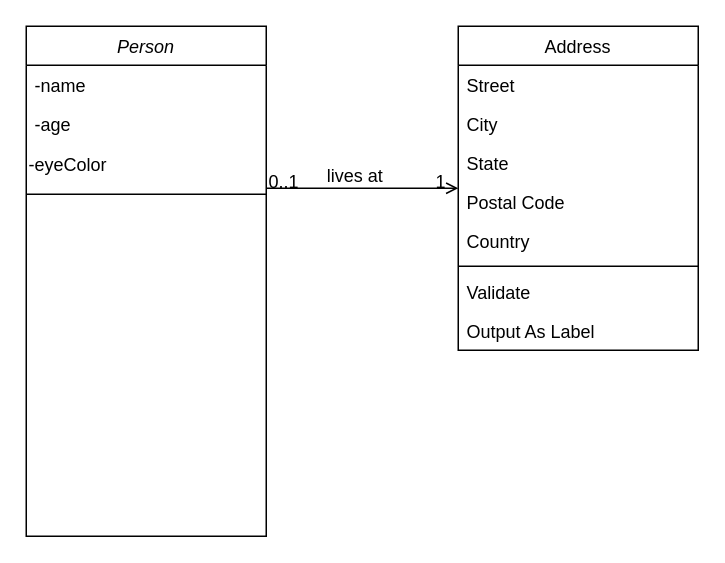
Earlier version of the draw.io diagram Untitled Diagram.drawio (massonrc/Storefront-Project). Source tidied: cells renumbered, new cells numbered last; positions are measured from the earlier drawing's top-left corner, leaving out a move shared by most shapes. Both pictures are drawn from the tidied source at 150%, with x=0, y=0 at pixel (26, 26).
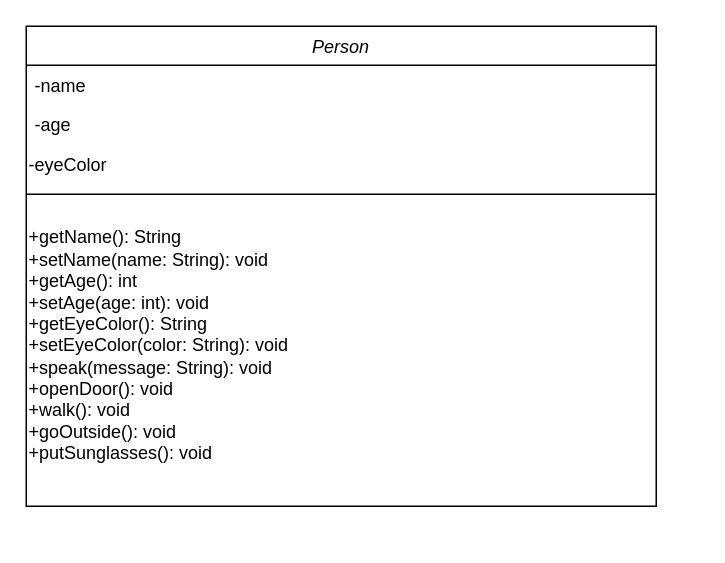
Above is the later version.

Commit message:
UML - Person Class

Diff of the diagram source:
```diff
@@
     <mxCell id="2" value="Person" style="swimlane;fontStyle=2;align=center;verticalAlign=top;horizontal=1;startSize=26;rounded=0;shadow=0;strokeWidth=1;" parent="1" vertex="1">
-      <mxGeometry width="160" height="340" as="geometry" />
+      <mxGeometry width="420" height="320" as="geometry" />
     </mxCell>
     <mxCell id="3" value="-name" style="text;align=left;verticalAlign=top;spacingLeft=4;spacingRight=4;overflow=hidden;" parent="2" vertex="1">
-      <mxGeometry y="26" width="160" height="26" as="geometry" />
+      <mxGeometry y="26" width="420" height="26" as="geometry" />
     </mxCell>
     <mxCell id="4" value="-age" style="text;align=left;verticalAlign=top;spacingLeft=4;spacingRight=4;overflow=hidden;rounded=0;shadow=0;html=0;" parent="2" vertex="1">
-      <mxGeometry y="52" width="160" height="26" as="geometry" />
+      <mxGeometry y="52" width="420" height="26" as="geometry" />
     </mxCell>
     <mxCell id="5" value="&lt;div align=&quot;left&quot;&gt;-eyeColor&lt;/div&gt;" style="text;strokeColor=none;align=left;fillColor=none;html=1;verticalAlign=middle;whiteSpace=wrap;rounded=0;" parent="2" vertex="1">
-      <mxGeometry y="78" width="160" height="30" as="geometry" />
+      <mxGeometry y="78" width="420" height="30" as="geometry" />
     </mxCell>
     <mxCell id="6" style="line;html=1;strokeWidth=1;align=left;verticalAlign=middle;spacingTop=-1;spacingLeft=3;spacingRight=3;labelPosition=right;" parent="2" vertex="1">
-      <mxGeometry y="108" width="160" height="8" as="geometry" />
+      <mxGeometry y="108" width="420" height="8" as="geometry" />
     </mxCell>
-    <mxCell id="7" value="Address" style="swimlane;fontStyle=0;align=center;verticalAlign=top;horizontal=1;startSize=26;rounded=0;shadow=0;strokeWidth=1;" parent="1" vertex="1">
-      <mxGeometry x="288" width="160" height="216" as="geometry" />
-    </mxCell>
-    <mxCell id="8" value="Street" style="text;align=left;verticalAlign=top;spacingLeft=4;spacingRight=4;overflow=hidden;" parent="7" vertex="1">
-      <mxGeometry y="26" width="160" height="26" as="geometry" />
-    </mxCell>
-    <mxCell id="9" value="City" style="text;align=left;verticalAlign=top;spacingLeft=4;spacingRight=4;overflow=hidden;rounded=0;shadow=0;html=0;" parent="7" vertex="1">
-      <mxGeometry y="52" width="160" height="26" as="geometry" />
-    </mxCell>
-    <mxCell id="10" value="State" style="text;align=left;verticalAlign=top;spacingLeft=4;spacingRight=4;overflow=hidden;rounded=0;shadow=0;html=0;" parent="7" vertex="1">
-      <mxGeometry y="78" width="160" height="26" as="geometry" />
-    </mxCell>
-    <mxCell id="11" value="Postal Code" style="text;align=left;verticalAlign=top;spacingLeft=4;spacingRight=4;overflow=hidden;rounded=0;shadow=0;html=0;" parent="7" vertex="1">
-      <mxGeometry y="104" width="160" height="26" as="geometry" />
-    </mxCell>
-    <mxCell id="12" value="Country" style="text;align=left;verticalAlign=top;spacingLeft=4;spacingRight=4;overflow=hidden;rounded=0;shadow=0;html=0;" parent="7" vertex="1">
-      <mxGeometry y="130" width="160" height="26" as="geometry" />
-    </mxCell>
-    <mxCell id="13" style="line;html=1;strokeWidth=1;align=left;verticalAlign=middle;spacingTop=-1;spacingLeft=3;spacingRight=3;labelPosition=right;" parent="7" vertex="1">
-      <mxGeometry y="156" width="160" height="8" as="geometry" />
-    </mxCell>
-    <mxCell id="14" value="Validate" style="text;align=left;verticalAlign=top;spacingLeft=4;spacingRight=4;overflow=hidden;" parent="7" vertex="1">
-      <mxGeometry y="164" width="160" height="26" as="geometry" />
-    </mxCell>
-    <mxCell id="15" value="Output As Label" style="text;align=left;verticalAlign=top;spacingLeft=4;spacingRight=4;overflow=hidden;" parent="7" vertex="1">
-      <mxGeometry y="190" width="160" height="26" as="geometry" />
-    </mxCell>
-    <mxCell id="16" style="endArrow=open;shadow=0;strokeWidth=1;rounded=0;endFill=1;edgeStyle=elbowEdgeStyle;elbow=vertical;" parent="1" edge="1" source="2" target="7">
-      <mxGeometry x="0.5" y="41" relative="1" as="geometry">
-        <mxPoint x="-40" y="32" as="offset" />
-      </mxGeometry>
-    </mxCell>
-    <mxCell id="17" value="0..1" style="align=left;verticalAlign=bottom;labelBackgroundColor=none;fontSize=12;" parent="16" vertex="1">
-      <mxGeometry x="-1" relative="1" as="geometry">
-        <mxPoint y="4" as="offset" />
-      </mxGeometry>
-    </mxCell>
-    <mxCell id="18" value="1" style="align=right;verticalAlign=bottom;labelBackgroundColor=none;fontSize=12;" parent="16" vertex="1">
-      <mxGeometry x="1" relative="1" as="geometry">
-        <mxPoint x="-7" y="4" as="offset" />
-      </mxGeometry>
-    </mxCell>
-    <mxCell id="19" value="lives at" style="text;html=1;align=center;verticalAlign=middle;labelBackgroundColor=none;rounded=0;shadow=0;strokeWidth=1;fontSize=12;" parent="16" vertex="1">
-      <mxGeometry x="0.5" y="49" relative="1" as="geometry">
-        <mxPoint x="-38" y="40" as="offset" />
-      </mxGeometry>
-    </mxCell>
+    <mxCell id="20" value="&lt;div&gt;+getName(): String&lt;/div&gt;&lt;div&gt;+setName(name: String): void&lt;/div&gt;&lt;div&gt;+getAge(): int&lt;/div&gt;&lt;div&gt;+setAge(age: int): void&lt;/div&gt;&lt;div&gt;+getEyeColor(): String&lt;/div&gt;&lt;div&gt;+setEyeColor(color: String): void&lt;/div&gt;&lt;div&gt;+speak(message: String): void&lt;/div&gt;&lt;div&gt;+openDoor(): void&lt;/div&gt;&lt;div&gt;+walk(): void&lt;/div&gt;&lt;div&gt;+goOutside(): void&lt;/div&gt;&lt;div&gt;+putSunglasses(): void&lt;br&gt;&lt;/div&gt;" style="text;strokeColor=none;align=left;fillColor=none;html=1;verticalAlign=middle;whiteSpace=wrap;rounded=0;" parent="2" vertex="1">
+      <mxGeometry y="116" width="420" height="194" as="geometry" />
+    </mxCell>
```
